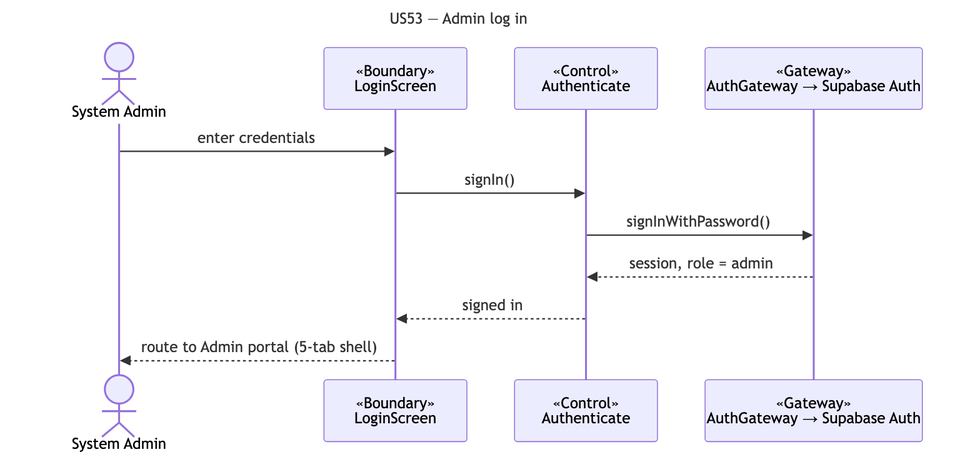
This is docs/deliverables/sequence-diagrams/US53-admin-login.png from cyuanjun/FYP-26-S2-37-app, a Mermaid export, as it was before one commit. Its source is kept beside it as docs/deliverables/sequence-diagrams/src/US53-admin-login.mmd.
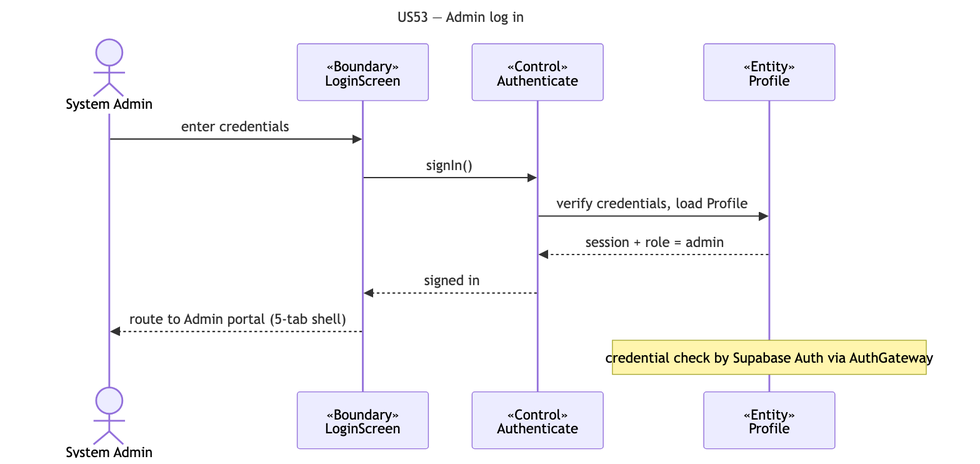
Above is the later version.

Change to the diagram source:
```diff
@@ -5,10 +5,11 @@
   actor A as System Admin
   participant B as «Boundary»<br/>LoginScreen
   participant C as «Control»<br/>Authenticate
-  participant G as «Gateway»<br/>AuthGateway → Supabase Auth
+  participant E as «Entity»<br/>Profile
   A->>B: enter credentials
   B->>C: signIn()
-  C->>G: signInWithPassword()
-  G-->>C: session, role = admin
+  C->>E: verify credentials, load Profile
+  E-->>C: session + role = admin
   C-->>B: signed in
   B-->>A: route to Admin portal (5-tab shell)
+  note over E: credential check by Supabase Auth via AuthGateway
```
